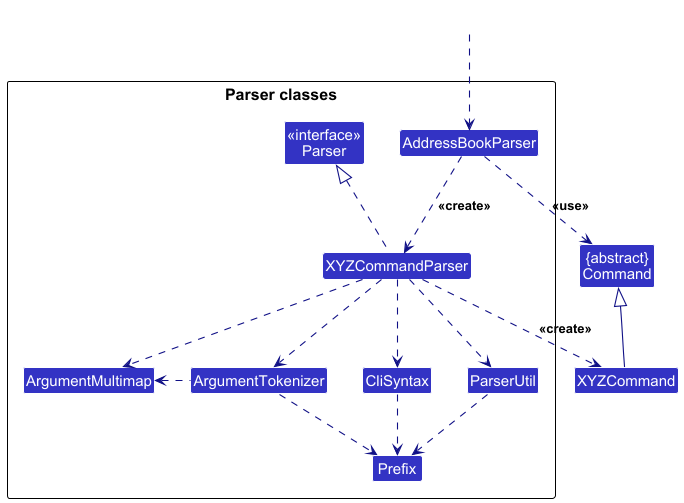
AY2526S1-CS2103T-T09-4/tp keeps this PlantUML diagram as docs/images/ParserClasses.png. Above is the earlier version.
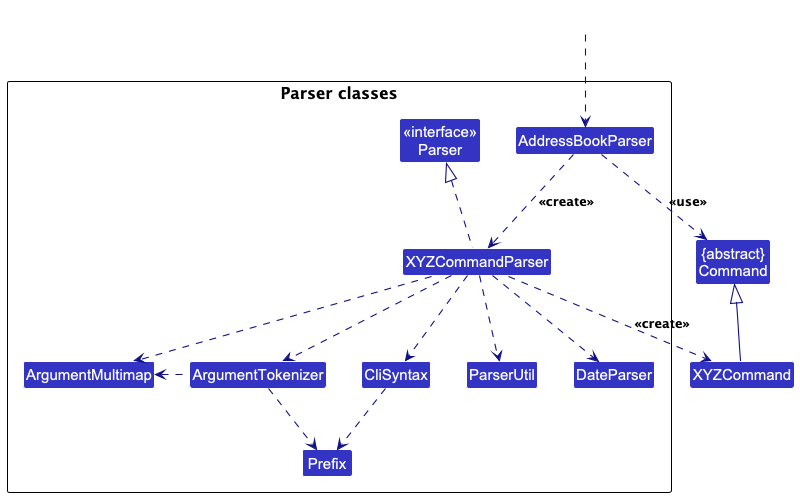
Later version of the same file.

What changed in the source:
```diff
@@ -13,6 +13,7 @@
 Class XYZCommandParser
 Class CliSyntax
 Class ParserUtil
+Class DateParser
 Class ArgumentMultimap
 Class ArgumentTokenizer
 Class Prefix
@@ -32,7 +33,7 @@
 XYZCommandParser ..> CliSyntax
 CliSyntax ..> Prefix
 XYZCommandParser ..> ParserUtil
-ParserUtil .down.> Prefix
+XYZCommandParser ..> DateParser
 ArgumentTokenizer .down.> Prefix
 XYZCommand -up-|> Command
 @enduml
```
